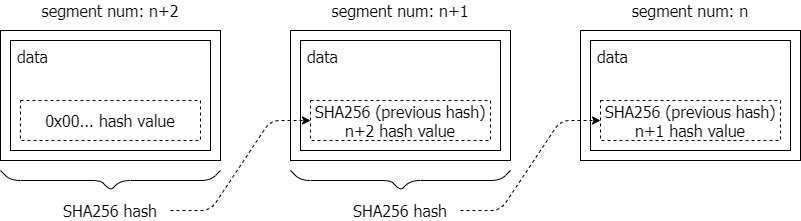
This is img/acm21-hash01.png from uni2u/difs, a draw.io export, as it was before one commit. Source tidied: cells renumbered, new cells last; positions are measured from the earlier drawing's top-left corner, leaving out a move shared by most shapes.
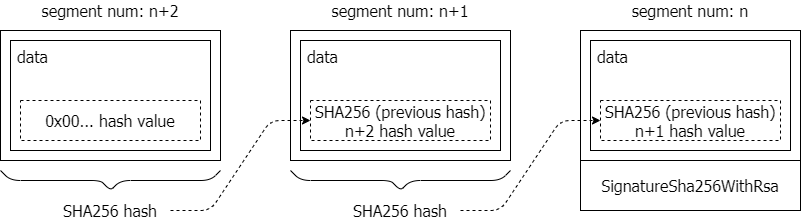
The same file after the commit.

The edit, as a diff of the source:
```diff
@@ -86,5 +86,8 @@
         </Array>
       </mxGeometry>
     </mxCell>
+    <mxCell id="20" value="&lt;span style=&quot;text-align: left&quot;&gt;SignatureSha256WithRsa&lt;/span&gt;" style="rounded=0;whiteSpace=wrap;html=1;fontFamily=Tahoma;fontSize=16;" parent="1" vertex="1">
+      <mxGeometry x="580" y="160" width="220" height="50" as="geometry" />
+    </mxCell>
   </root>
 </mxGraphModel>
```
